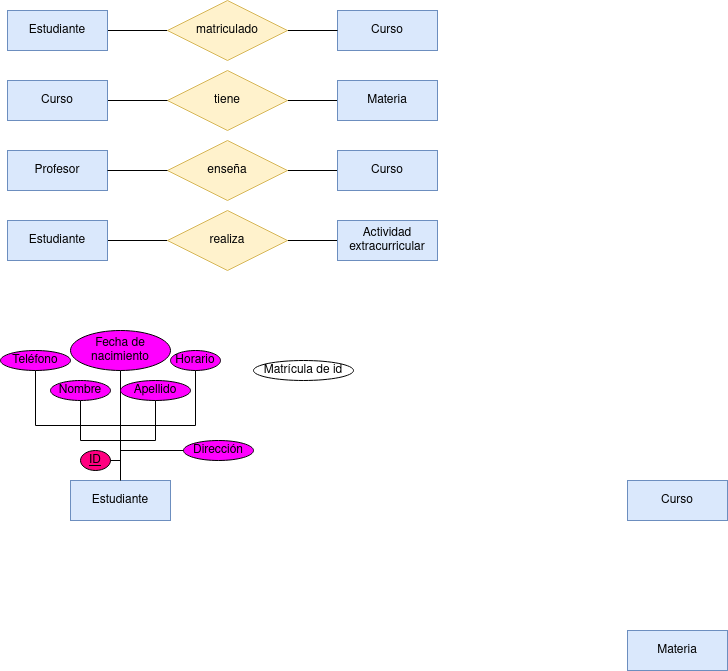
RafaelMayor/base-datos keeps this draw.io diagram as Unidad-1/Tareas/Tarea_Entregable-1/Diagrama Tarea Entregable 1.drawio.png. Above is the earlier version. Source tidied: cells renumbered, new cells last; positions are measured from the earlier drawing's top-left corner, leaving out a move shared by most shapes.
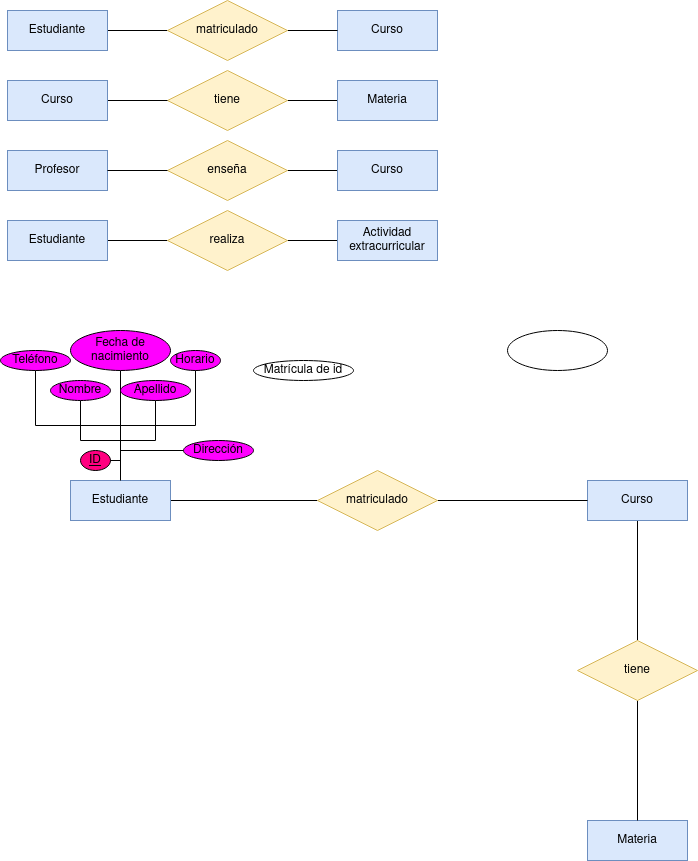
After the commit.

Change to the diagram source:
```diff
@@ -80,6 +80,9 @@
     <mxCell id="27" style="edgeStyle=orthogonalEdgeStyle;rounded=0;jettySize=auto;html=1;entryX=0.5;entryY=1;entryDx=0;entryDy=0;endArrow=none;endFill=0;" parent="1" edge="1" source="28" target="36">
       <mxGeometry relative="1" as="geometry" />
     </mxCell>
+    <mxCell id="40" style="edgeStyle=orthogonalEdgeStyle;rounded=0;jettySize=auto;html=1;entryX=0;entryY=0.5;entryDx=0;entryDy=0;endArrow=none;endFill=0;" parent="1" edge="1" source="28" target="44">
+      <mxGeometry relative="1" as="geometry" />
+    </mxCell>
     <mxCell id="28" value="Estudiante" style="whiteSpace=wrap;html=1;align=center;fillColor=#dae8fc;strokeColor=#6c8ebf;" parent="1" vertex="1">
       <mxGeometry x="70" y="480" width="100" height="40" as="geometry" />
     </mxCell>
@@ -110,11 +113,29 @@
     <mxCell id="37" value="Horario" style="ellipse;whiteSpace=wrap;html=1;align=center;fillColor=#FF00FF;" parent="1" vertex="1">
       <mxGeometry x="170" y="350" width="50" height="20" as="geometry" />
     </mxCell>
+    <mxCell id="41" style="edgeStyle=orthogonalEdgeStyle;rounded=0;jettySize=auto;html=1;entryX=0.5;entryY=0;entryDx=0;entryDy=0;endArrow=none;endFill=0;" parent="1" edge="1" source="38" target="46">
+      <mxGeometry relative="1" as="geometry" />
+    </mxCell>
     <mxCell id="38" value="Curso" style="whiteSpace=wrap;html=1;align=center;fillColor=#dae8fc;strokeColor=#6c8ebf;" parent="1" vertex="1">
-      <mxGeometry x="627" y="480" width="100" height="40" as="geometry" />
+      <mxGeometry x="587" y="480" width="100" height="40" as="geometry" />
     </mxCell>
     <mxCell id="39" value="Materia" style="whiteSpace=wrap;html=1;align=center;fillColor=#dae8fc;strokeColor=#6c8ebf;" parent="1" vertex="1">
-      <mxGeometry x="627" y="630" width="100" height="40" as="geometry" />
+      <mxGeometry x="587" y="820" width="100" height="40" as="geometry" />
     </mxCell>
+    <mxCell id="42" style="ellipse;whiteSpace=wrap;html=1;align=center;" parent="1" vertex="1">
+      <mxGeometry x="507" y="330" width="100" height="40" as="geometry" />
+    </mxCell>
+    <mxCell id="43" style="edgeStyle=orthogonalEdgeStyle;rounded=0;jettySize=auto;html=1;entryX=0;entryY=0.5;entryDx=0;entryDy=0;endArrow=none;endFill=0;" parent="1" edge="1" source="44" target="38">
+      <mxGeometry relative="1" as="geometry" />
+    </mxCell>
+    <mxCell id="44" value="matriculado" style="shape=rhombus;perimeter=rhombusPerimeter;whiteSpace=wrap;html=1;align=center;fillColor=#fff2cc;strokeColor=#d6b656;" parent="1" vertex="1">
+      <mxGeometry x="317" y="470" width="120" height="60" as="geometry" />
+    </mxCell>
+    <mxCell id="45" style="edgeStyle=orthogonalEdgeStyle;rounded=0;jettySize=auto;html=1;entryX=0.5;entryY=0;entryDx=0;entryDy=0;endArrow=none;endFill=0;" parent="1" edge="1" source="46" target="39">
+      <mxGeometry relative="1" as="geometry" />
+    </mxCell>
+    <mxCell id="46" value="tiene" style="shape=rhombus;perimeter=rhombusPerimeter;whiteSpace=wrap;html=1;align=center;fillColor=#fff2cc;strokeColor=#d6b656;" parent="1" vertex="1">
+      <mxGeometry x="577" y="640" width="120" height="60" as="geometry" />
+    </mxCell>
   </root>
 </mxGraphModel>
```
